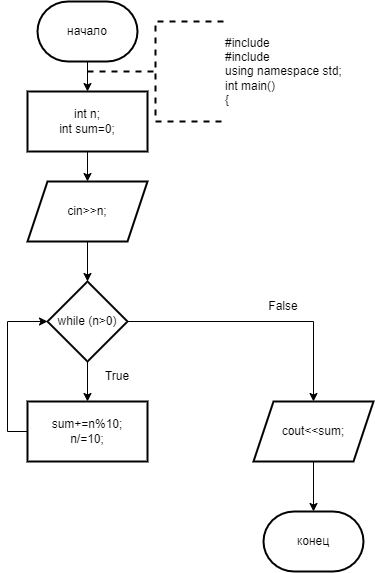
This is 2_14.drawio.png from ksinph/PSTU_LABS_2023, a draw.io export, as it was before one commit. Source tidied: cells renumbered, new cells last; positions are measured from the earlier drawing's top-left corner, leaving out a move shared by most shapes.
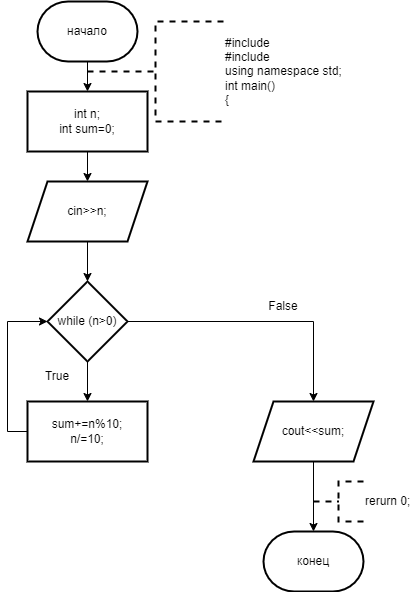
Above is the later version.

Change to the diagram source:
```diff
@@ -42,7 +42,7 @@
       <mxGeometry x="226" y="400" width="120" height="60" as="geometry" />
     </mxCell>
     <mxCell id="15" value="конец" style="strokeWidth=2;html=1;shape=mxgraph.flowchart.terminator;whiteSpace=wrap;" parent="1" vertex="1">
-      <mxGeometry x="236" y="510" width="100" height="60" as="geometry" />
+      <mxGeometry x="236" y="530" width="100" height="60" as="geometry" />
     </mxCell>
     <mxCell id="16" value="#include &lt;iostream&gt;&#10;#include &lt;cmath&gt;&#10;using namespace std;&#10;int main()&#10;{" style="strokeWidth=2;html=1;shape=mxgraph.flowchart.annotation_2;align=left;labelPosition=right;dashed=1;" parent="1" vertex="1">
       <mxGeometry x="60" y="20" width="136" height="100" as="geometry" />
@@ -51,7 +51,10 @@
       <mxGeometry x="226" y="290" width="60" height="30" as="geometry" />
     </mxCell>
     <mxCell id="18" value="True" style="text;html=1;strokeColor=none;fillColor=none;align=center;verticalAlign=middle;whiteSpace=wrap;rounded=0;" parent="1" vertex="1">
-      <mxGeometry x="60" y="360" width="60" height="30" as="geometry" />
+      <mxGeometry y="360" width="60" height="30" as="geometry" />
     </mxCell>
+    <mxCell id="19" value="rerurn 0;" style="strokeWidth=2;html=1;shape=mxgraph.flowchart.annotation_2;align=left;labelPosition=right;dashed=1;" parent="1" vertex="1">
+      <mxGeometry x="286" y="480" width="50" height="40" as="geometry" />
+    </mxCell>
   </root>
 </mxGraphModel>
```
